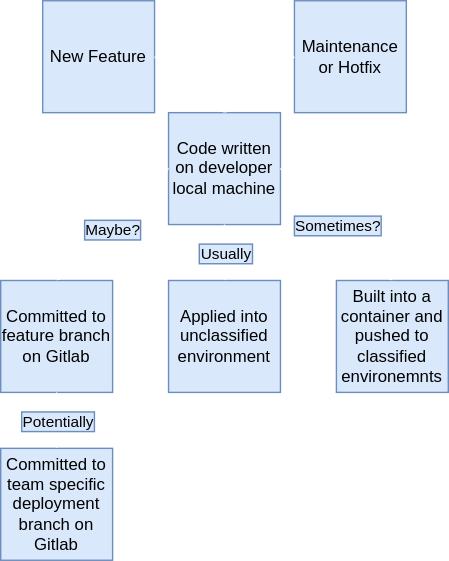
The draw.io diagram assets/old_workflow.drawio.svg in Steve-CrateDefense/git-workflow-presentation, before a commit. Source tidied: cells renumbered, new cells last; positions are measured from the earlier drawing's top-left corner, leaving out a move shared by most shapes. Its diagram source:
```xml
<mxGraphModel>
  <root>
    <mxCell id="0" />
    <mxCell id="1" parent="0" />
    <mxCell id="2" value="Code written on developer local machine" style="whiteSpace=wrap;html=1;fillColor=#dae8fc;strokeColor=#6c8ebf;" parent="1" vertex="1">
      <mxGeometry x="120" y="80" width="80" height="80" as="geometry" />
    </mxCell>
    <mxCell id="3" value="Committed to feature branch on Gitlab" style="whiteSpace=wrap;html=1;fillColor=#dae8fc;strokeColor=#6c8ebf;" parent="1" vertex="1">
      <mxGeometry y="200" width="80" height="80" as="geometry" />
    </mxCell>
    <mxCell id="4" value="Built into a container and pushed to classified environemnts" style="whiteSpace=wrap;html=1;fillColor=#dae8fc;strokeColor=#6c8ebf;" parent="1" vertex="1">
      <mxGeometry x="240" y="200" width="80" height="80" as="geometry" />
    </mxCell>
    <mxCell id="5" value="Applied into unclassified environment" style="whiteSpace=wrap;html=1;fillColor=#dae8fc;strokeColor=#6c8ebf;" parent="1" vertex="1">
      <mxGeometry x="120" y="200" width="80" height="80" as="geometry" />
    </mxCell>
    <mxCell id="6" style="endArrow=classic;html=1;rounded=0;exitX=0;exitY=0.5;exitDx=0;exitDy=0;entryX=0.5;entryY=0;entryDx=0;entryDy=0;strokeColor=light-dark(#ffffff, #ededed);" parent="1" edge="1" target="3">
      <mxGeometry relative="1" as="geometry">
        <mxPoint x="120" y="120" as="sourcePoint" />
      </mxGeometry>
    </mxCell>
    <mxCell id="7" value="Label" style="edgeLabel;html=1;align=center;verticalAlign=middle;" parent="6" vertex="1">
      <mxGeometry relative="1" as="geometry" />
    </mxCell>
    <mxCell id="8" value="Maybe?" style="edgeLabel;html=1;align=center;verticalAlign=middle;labelBackgroundColor=#dae8fc;labelBorderColor=#6c8ebf;" parent="6" vertex="1">
      <mxGeometry x="0.04" y="2" relative="1" as="geometry" />
    </mxCell>
    <mxCell id="9" style="endArrow=classic;html=1;rounded=0;entryX=0.5;entryY=0;entryDx=0;entryDy=0;strokeColor=light-dark(#ffffff, #ededed);" parent="1" edge="1" target="4">
      <mxGeometry relative="1" as="geometry">
        <mxPoint x="200" y="120" as="sourcePoint" />
      </mxGeometry>
    </mxCell>
    <mxCell id="10" value="Sometimes?" style="edgeLabel;html=1;align=center;verticalAlign=middle;labelBackgroundColor=#dae8fc;labelBorderColor=#6c8ebf;" parent="9" vertex="1">
      <mxGeometry relative="1" as="geometry" />
    </mxCell>
    <mxCell id="11" value="Committed to team specific deployment branch on Gitlab" style="whiteSpace=wrap;html=1;fillColor=#dae8fc;strokeColor=#6c8ebf;" parent="1" vertex="1">
      <mxGeometry y="320" width="80" height="80" as="geometry" />
    </mxCell>
    <mxCell id="12" style="endArrow=classic;html=1;rounded=0;entryX=0.5;entryY=0;entryDx=0;entryDy=0;strokeColor=light-dark(#ffffff, #ededed);" parent="1" edge="1" target="11">
      <mxGeometry relative="1" as="geometry">
        <mxPoint x="40" y="280" as="sourcePoint" />
      </mxGeometry>
    </mxCell>
    <mxCell id="13" value="Potentially" style="edgeLabel;html=1;align=center;verticalAlign=middle;labelBackgroundColor=#dae8fc;labelBorderColor=#6c8ebf;" parent="12" vertex="1">
      <mxGeometry relative="1" as="geometry" />
    </mxCell>
    <mxCell id="14" style="endArrow=classic;html=1;rounded=0;entryX=0.5;entryY=0;entryDx=0;entryDy=0;strokeColor=light-dark(#ffffff, #ededed);" parent="1" edge="1" target="5">
      <mxGeometry relative="1" as="geometry">
        <mxPoint x="160" y="160" as="sourcePoint" />
      </mxGeometry>
    </mxCell>
    <mxCell id="15" value="Usually" style="edgeLabel;html=1;align=center;verticalAlign=middle;labelBackgroundColor=#dae8fc;labelBorderColor=#6c8ebf;" parent="14" vertex="1">
      <mxGeometry relative="1" as="geometry" />
    </mxCell>
    <mxCell id="16" value="New Feature" style="whiteSpace=wrap;html=1;fillColor=#dae8fc;strokeColor=#6c8ebf;" parent="1" vertex="1">
      <mxGeometry x="30" width="80" height="80" as="geometry" />
    </mxCell>
    <mxCell id="17" value="Maintenance or Hotfix" style="whiteSpace=wrap;html=1;fillColor=#dae8fc;strokeColor=#6c8ebf;" parent="1" vertex="1">
      <mxGeometry x="210" width="80" height="80" as="geometry" />
    </mxCell>
    <mxCell id="18" style="endArrow=classic;html=1;rounded=0;exitX=1;exitY=0.5;exitDx=0;exitDy=0;entryX=0.5;entryY=0;entryDx=0;entryDy=0;strokeColor=light-dark(#ffffff, #ededed);" parent="1" edge="1" source="16" target="2">
      <mxGeometry relative="1" as="geometry" />
    </mxCell>
    <mxCell id="19" style="endArrow=classic;html=1;rounded=0;exitX=0;exitY=0.5;exitDx=0;exitDy=0;strokeColor=light-dark(#ffffff, #ededed);" parent="1" edge="1" source="17">
      <mxGeometry relative="1" as="geometry">
        <mxPoint x="160" y="80" as="targetPoint" />
      </mxGeometry>
    </mxCell>
  </root>
</mxGraphModel>
```
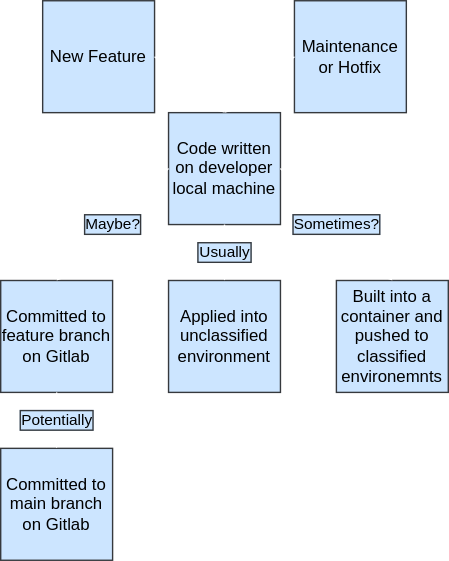
Later version of the same file.

Diff of the diagram source:
```diff
@@ -2,16 +2,16 @@
   <root>
     <mxCell id="0" />
     <mxCell id="1" parent="0" />
-    <mxCell id="2" value="Code written on developer local machine" style="whiteSpace=wrap;html=1;fillColor=#dae8fc;strokeColor=#6c8ebf;" parent="1" vertex="1">
+    <mxCell id="2" value="Code written on developer local machine" style="whiteSpace=wrap;html=1;fillColor=#cce5ff;strokeColor=#36393d;" parent="1" vertex="1">
       <mxGeometry x="120" y="80" width="80" height="80" as="geometry" />
     </mxCell>
-    <mxCell id="3" value="Committed to feature branch on Gitlab" style="whiteSpace=wrap;html=1;fillColor=#dae8fc;strokeColor=#6c8ebf;" parent="1" vertex="1">
+    <mxCell id="3" value="Committed to feature branch on Gitlab" style="whiteSpace=wrap;html=1;fillColor=#cce5ff;strokeColor=#36393d;" parent="1" vertex="1">
       <mxGeometry y="200" width="80" height="80" as="geometry" />
     </mxCell>
-    <mxCell id="4" value="Built into a container and pushed to classified environemnts" style="whiteSpace=wrap;html=1;fillColor=#dae8fc;strokeColor=#6c8ebf;" parent="1" vertex="1">
+    <mxCell id="4" value="Built into a container and pushed to classified environemnts" style="whiteSpace=wrap;html=1;fillColor=#cce5ff;strokeColor=#36393d;" parent="1" vertex="1">
       <mxGeometry x="240" y="200" width="80" height="80" as="geometry" />
     </mxCell>
-    <mxCell id="5" value="Applied into unclassified environment" style="whiteSpace=wrap;html=1;fillColor=#dae8fc;strokeColor=#6c8ebf;" parent="1" vertex="1">
+    <mxCell id="5" value="Applied into unclassified environment" style="whiteSpace=wrap;html=1;fillColor=#cce5ff;strokeColor=#36393d;" parent="1" vertex="1">
       <mxGeometry x="120" y="200" width="80" height="80" as="geometry" />
     </mxCell>
     <mxCell id="6" style="endArrow=classic;html=1;rounded=0;exitX=0;exitY=0.5;exitDx=0;exitDy=0;entryX=0.5;entryY=0;entryDx=0;entryDy=0;strokeColor=light-dark(#ffffff, #ededed);" parent="1" edge="1" target="3">
@@ -19,21 +19,18 @@
         <mxPoint x="120" y="120" as="sourcePoint" />
       </mxGeometry>
     </mxCell>
-    <mxCell id="7" value="Label" style="edgeLabel;html=1;align=center;verticalAlign=middle;" parent="6" vertex="1">
+    <mxCell id="7" value="Maybe?" style="edgeLabel;html=1;align=center;verticalAlign=middle;labelBackgroundColor=#cce5ff;labelBorderColor=#36393d;" parent="6" vertex="1">
       <mxGeometry relative="1" as="geometry" />
     </mxCell>
-    <mxCell id="8" value="Maybe?" style="edgeLabel;html=1;align=center;verticalAlign=middle;labelBackgroundColor=#dae8fc;labelBorderColor=#6c8ebf;" parent="6" vertex="1">
-      <mxGeometry x="0.04" y="2" relative="1" as="geometry" />
-    </mxCell>
     <mxCell id="9" style="endArrow=classic;html=1;rounded=0;entryX=0.5;entryY=0;entryDx=0;entryDy=0;strokeColor=light-dark(#ffffff, #ededed);" parent="1" edge="1" target="4">
       <mxGeometry relative="1" as="geometry">
         <mxPoint x="200" y="120" as="sourcePoint" />
       </mxGeometry>
     </mxCell>
-    <mxCell id="10" value="Sometimes?" style="edgeLabel;html=1;align=center;verticalAlign=middle;labelBackgroundColor=#dae8fc;labelBorderColor=#6c8ebf;" parent="9" vertex="1">
+    <mxCell id="10" value="Sometimes?" style="edgeLabel;html=1;align=center;verticalAlign=middle;labelBackgroundColor=#cce5ff;labelBorderColor=#36393d;" parent="9" vertex="1">
       <mxGeometry relative="1" as="geometry" />
     </mxCell>
-    <mxCell id="11" value="Committed to team specific deployment branch on Gitlab" style="whiteSpace=wrap;html=1;fillColor=#dae8fc;strokeColor=#6c8ebf;" parent="1" vertex="1">
+    <mxCell id="11" value="Committed to main branch on Gitlab" style="whiteSpace=wrap;html=1;fillColor=#cce5ff;strokeColor=#36393d;" parent="1" vertex="1">
       <mxGeometry y="320" width="80" height="80" as="geometry" />
     </mxCell>
     <mxCell id="12" style="endArrow=classic;html=1;rounded=0;entryX=0.5;entryY=0;entryDx=0;entryDy=0;strokeColor=light-dark(#ffffff, #ededed);" parent="1" edge="1" target="11">
@@ -41,7 +38,7 @@
         <mxPoint x="40" y="280" as="sourcePoint" />
       </mxGeometry>
     </mxCell>
-    <mxCell id="13" value="Potentially" style="edgeLabel;html=1;align=center;verticalAlign=middle;labelBackgroundColor=#dae8fc;labelBorderColor=#6c8ebf;" parent="12" vertex="1">
+    <mxCell id="13" value="Potentially" style="edgeLabel;html=1;align=center;verticalAlign=middle;labelBackgroundColor=#cce5ff;labelBorderColor=#36393d;" parent="12" vertex="1">
       <mxGeometry relative="1" as="geometry" />
     </mxCell>
     <mxCell id="14" style="endArrow=classic;html=1;rounded=0;entryX=0.5;entryY=0;entryDx=0;entryDy=0;strokeColor=light-dark(#ffffff, #ededed);" parent="1" edge="1" target="5">
@@ -49,13 +46,13 @@
         <mxPoint x="160" y="160" as="sourcePoint" />
       </mxGeometry>
     </mxCell>
-    <mxCell id="15" value="Usually" style="edgeLabel;html=1;align=center;verticalAlign=middle;labelBackgroundColor=#dae8fc;labelBorderColor=#6c8ebf;" parent="14" vertex="1">
+    <mxCell id="15" value="Usually" style="edgeLabel;html=1;align=center;verticalAlign=middle;labelBackgroundColor=#cce5ff;labelBorderColor=#36393d;" parent="14" vertex="1">
       <mxGeometry relative="1" as="geometry" />
     </mxCell>
-    <mxCell id="16" value="New Feature" style="whiteSpace=wrap;html=1;fillColor=#dae8fc;strokeColor=#6c8ebf;" parent="1" vertex="1">
+    <mxCell id="16" value="New Feature" style="whiteSpace=wrap;html=1;fillColor=#cce5ff;strokeColor=#36393d;" parent="1" vertex="1">
       <mxGeometry x="30" width="80" height="80" as="geometry" />
     </mxCell>
-    <mxCell id="17" value="Maintenance or Hotfix" style="whiteSpace=wrap;html=1;fillColor=#dae8fc;strokeColor=#6c8ebf;" parent="1" vertex="1">
+    <mxCell id="17" value="Maintenance or Hotfix" style="whiteSpace=wrap;html=1;fillColor=#cce5ff;strokeColor=#36393d;" parent="1" vertex="1">
       <mxGeometry x="210" width="80" height="80" as="geometry" />
     </mxCell>
     <mxCell id="18" style="endArrow=classic;html=1;rounded=0;exitX=1;exitY=0.5;exitDx=0;exitDy=0;entryX=0.5;entryY=0;entryDx=0;entryDy=0;strokeColor=light-dark(#ffffff, #ededed);" parent="1" edge="1" source="16" target="2">
```
